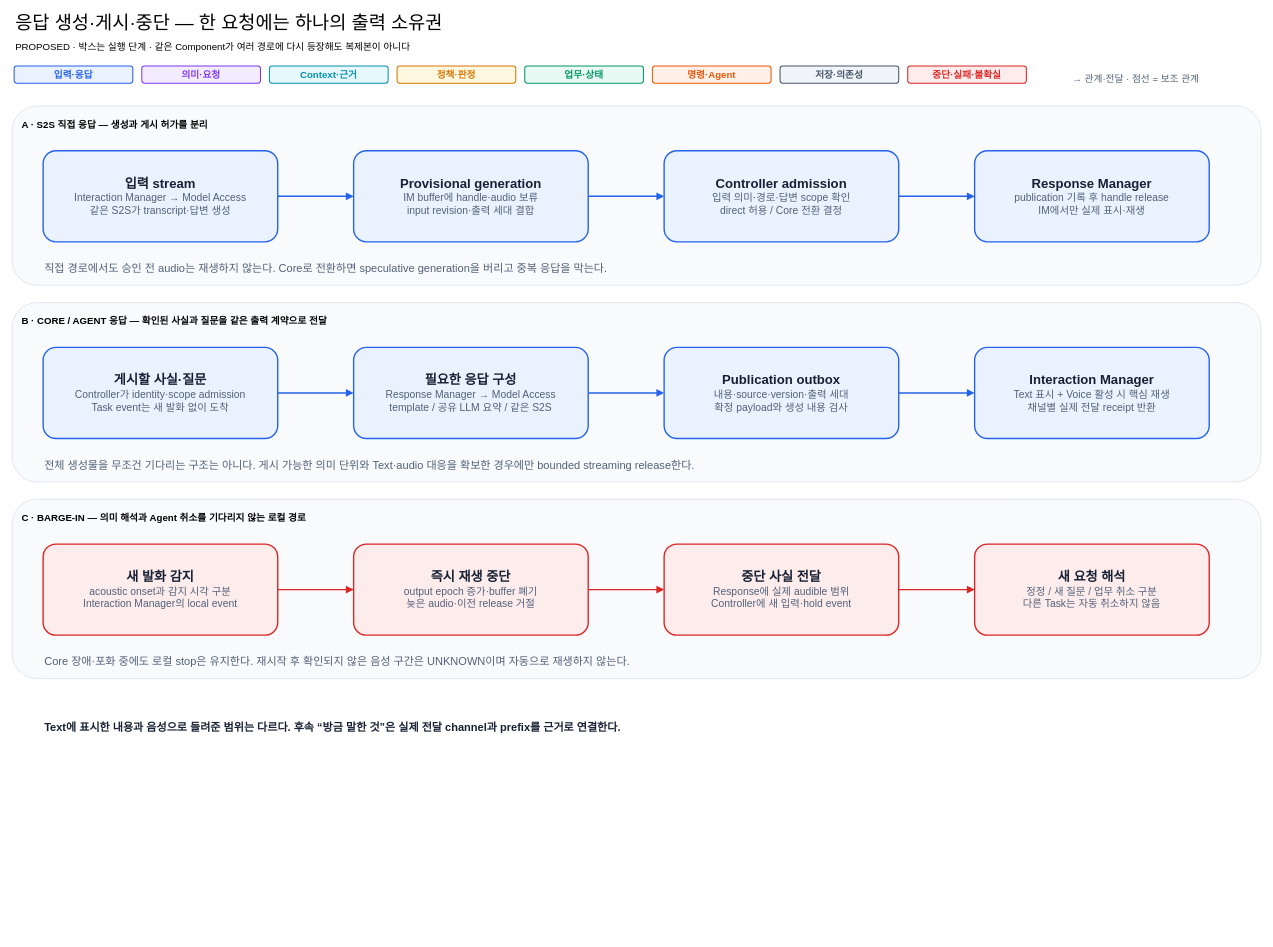
Earlier version of the draw.io diagram docs/architecture/12-decisions/target-architecture/diagrams/08-response-and-interruption.drawio (cbyche/via-sw-architecture). Source tidied: cells renumbered, new cells numbered last; positions are measured from the earlier drawing's top-left corner, leaving out a move shared by most shapes. Both pictures are drawn from the tidied source at 69%, with x=0, y=0 at pixel (12, 12).
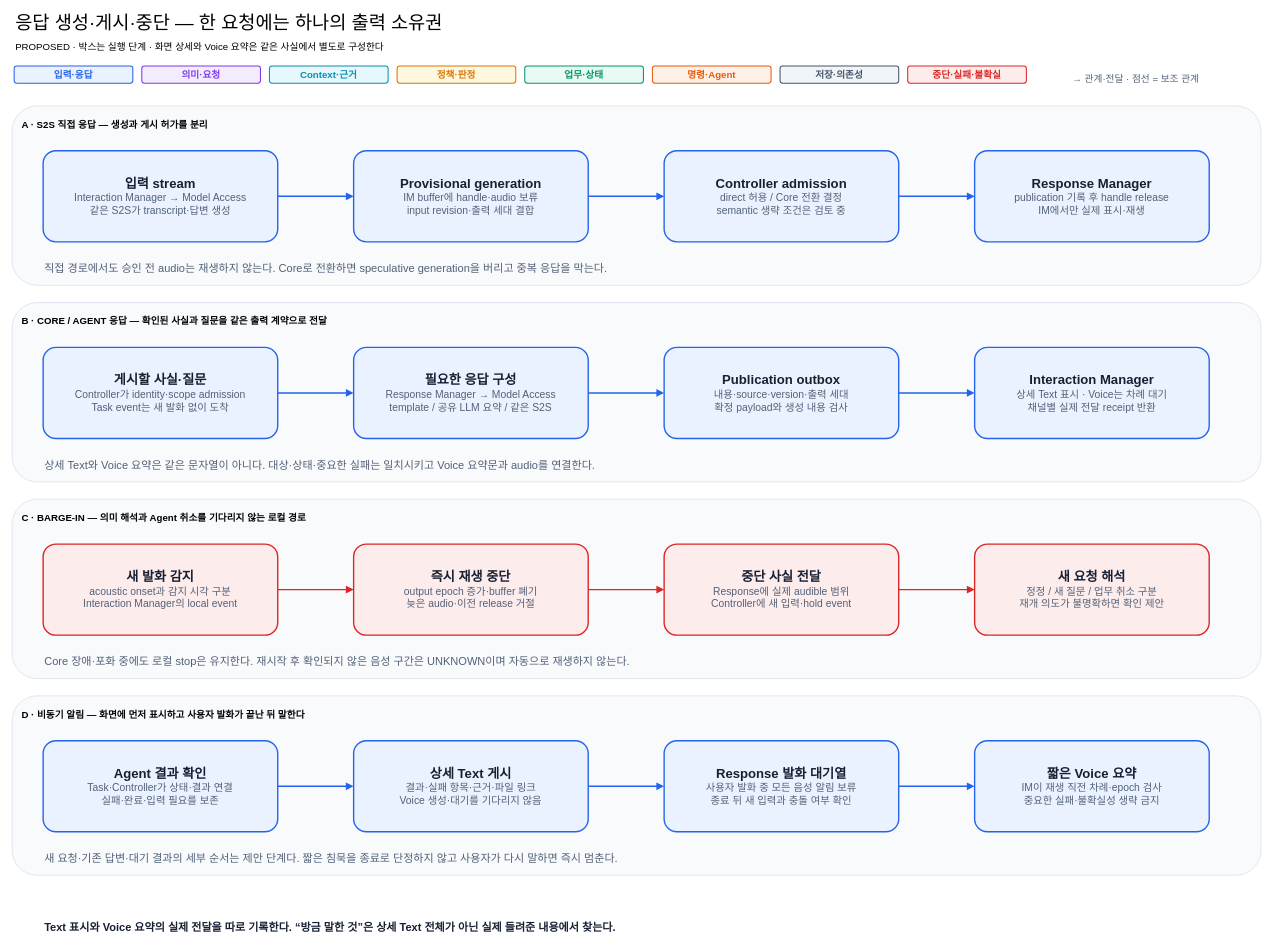
The same page after the edit.

Commit message (it also covers changes not shown here):
Refine voice turn taking and record S2S and memory design proposals

Diff of the diagram source:
```diff
@@
+    <mxCell id="41" value="D · 비동기 알림 — 화면에 먼저 표시하고 사용자 발화가 끝난 뒤 말한다" style="rounded=1;whiteSpace=wrap;html=1;verticalAlign=top;align=left;spacingTop=12;spacingLeft=12;fontStyle=1;fontSize=14;fillColor=#F8FAFC;strokeColor=#D5DDE9;dashed=0;arcSize=14;" parent="1" vertex="1">
+      <mxGeometry y="990" width="1810" height="260" as="geometry" />
+    </mxCell>
@@
-    <mxCell id="7" value="&lt;div style='font-size:19px;font-weight:bold'&gt;Controller admission&lt;/div&gt;&lt;div style='font-size:15px;color:#526178'&gt;입력 의미·경로·답변 scope 확인&lt;/div&gt;&lt;div style='font-size:15px;color:#526178'&gt;direct 허용 / Core 전환 결정&lt;/div&gt;" style="shape=rectangle;rounded=1;whiteSpace=wrap;html=1;fillColor=#EAF2FF;strokeColor=#2563EB;strokeWidth=2;fontColor=#172033;dashed=0;arcSize=14;spacing=10;" parent="1" vertex="1">
+    <mxCell id="7" value="&lt;div style='font-size:19px;font-weight:bold'&gt;Controller admission&lt;/div&gt;&lt;div style='font-size:15px;color:#526178'&gt;direct 허용 / Core 전환 결정&lt;/div&gt;&lt;div style='font-size:15px;color:#526178'&gt;semantic 생략 조건은 검토 중&lt;/div&gt;" style="shape=rectangle;rounded=1;whiteSpace=wrap;html=1;fillColor=#EAF2FF;strokeColor=#2563EB;strokeWidth=2;fontColor=#172033;dashed=0;arcSize=14;spacing=10;" parent="1" vertex="1">
       <mxGeometry x="945" y="200" width="340" height="132" as="geometry" />
     </mxCell>
@@
-    <mxCell id="12" value="&lt;div style='font-size:19px;font-weight:bold'&gt;Interaction Manager&lt;/div&gt;&lt;div style='font-size:15px;color:#526178'&gt;Text 표시 + Voice 활성 시 핵심 재생&lt;/div&gt;&lt;div style='font-size:15px;color:#526178'&gt;채널별 실제 전달 receipt 반환&lt;/div&gt;" style="shape=rectangle;rounded=1;whiteSpace=wrap;html=1;fillColor=#EAF2FF;strokeColor=#2563EB;strokeWidth=2;fontColor=#172033;dashed=0;arcSize=14;spacing=10;" parent="1" vertex="1">
+    <mxCell id="12" value="&lt;div style='font-size:19px;font-weight:bold'&gt;Interaction Manager&lt;/div&gt;&lt;div style='font-size:15px;color:#526178'&gt;상세 Text 표시 · Voice는 차례 대기&lt;/div&gt;&lt;div style='font-size:15px;color:#526178'&gt;채널별 실제 전달 receipt 반환&lt;/div&gt;" style="shape=rectangle;rounded=1;whiteSpace=wrap;html=1;fillColor=#EAF2FF;strokeColor=#2563EB;strokeWidth=2;fontColor=#172033;dashed=0;arcSize=14;spacing=10;" parent="1" vertex="1">
       <mxGeometry x="1395" y="485" width="340" height="132" as="geometry" />
     </mxCell>
@@
-    <mxCell id="16" value="&lt;div style='font-size:19px;font-weight:bold'&gt;새 요청 해석&lt;/div&gt;&lt;div style='font-size:15px;color:#526178'&gt;정정 / 새 질문 / 업무 취소 구분&lt;/div&gt;&lt;div style='font-size:15px;color:#526178'&gt;다른 Task는 자동 취소하지 않음&lt;/div&gt;" style="shape=rectangle;rounded=1;whiteSpace=wrap;html=1;fillColor=#FDECEC;strokeColor=#DC2626;strokeWidth=2;fontColor=#172033;dashed=0;arcSize=14;spacing=10;" parent="1" vertex="1">
+    <mxCell id="16" value="&lt;div style='font-size:19px;font-weight:bold'&gt;새 요청 해석&lt;/div&gt;&lt;div style='font-size:15px;color:#526178'&gt;정정 / 새 질문 / 업무 취소 구분&lt;/div&gt;&lt;div style='font-size:15px;color:#526178'&gt;재개 의도가 불명확하면 확인 제안&lt;/div&gt;" style="shape=rectangle;rounded=1;whiteSpace=wrap;html=1;fillColor=#FDECEC;strokeColor=#DC2626;strokeWidth=2;fontColor=#172033;dashed=0;arcSize=14;spacing=10;" parent="1" vertex="1">
       <mxGeometry x="1395" y="770" width="340" height="132" as="geometry" />
     </mxCell>
+    <mxCell id="42" value="&lt;div style='font-size:19px;font-weight:bold'&gt;Agent 결과 확인&lt;/div&gt;&lt;div style='font-size:15px;color:#526178'&gt;Task·Controller가 상태·결과 연결&lt;/div&gt;&lt;div style='font-size:15px;color:#526178'&gt;실패·완료·입력 필요를 보존&lt;/div&gt;" style="shape=rectangle;rounded=1;whiteSpace=wrap;html=1;fillColor=#EAF2FF;strokeColor=#2563EB;strokeWidth=2;fontColor=#172033;dashed=0;arcSize=14;spacing=10;" parent="1" vertex="1">
+      <mxGeometry x="45" y="1055" width="340" height="132" as="geometry" />
+    </mxCell>
+    <mxCell id="43" value="&lt;div style='font-size:19px;font-weight:bold'&gt;상세 Text 게시&lt;/div&gt;&lt;div style='font-size:15px;color:#526178'&gt;결과·실패 항목·근거·파일 링크&lt;/div&gt;&lt;div style='font-size:15px;color:#526178'&gt;Voice 생성·대기를 기다리지 않음&lt;/div&gt;" style="shape=rectangle;rounded=1;whiteSpace=wrap;html=1;fillColor=#EAF2FF;strokeColor=#2563EB;strokeWidth=2;fontColor=#172033;dashed=0;arcSize=14;spacing=10;" parent="1" vertex="1">
+      <mxGeometry x="495" y="1055" width="340" height="132" as="geometry" />
+    </mxCell>
+    <mxCell id="44" value="&lt;div style='font-size:19px;font-weight:bold'&gt;Response 발화 대기열&lt;/div&gt;&lt;div style='font-size:15px;color:#526178'&gt;사용자 발화 중 모든 음성 알림 보류&lt;/div&gt;&lt;div style='font-size:15px;color:#526178'&gt;종료 뒤 새 입력과 충돌 여부 확인&lt;/div&gt;" style="shape=rectangle;rounded=1;whiteSpace=wrap;html=1;fillColor=#EAF2FF;strokeColor=#2563EB;strokeWidth=2;fontColor=#172033;dashed=0;arcSize=14;spacing=10;" parent="1" vertex="1">
+      <mxGeometry x="945" y="1055" width="340" height="132" as="geometry" />
+    </mxCell>
+    <mxCell id="45" value="&lt;div style='font-size:19px;font-weight:bold'&gt;짧은 Voice 요약&lt;/div&gt;&lt;div style='font-size:15px;color:#526178'&gt;IM이 재생 직전 차례·epoch 검사&lt;/div&gt;&lt;div style='font-size:15px;color:#526178'&gt;중요한 실패·불확실성 생략 금지&lt;/div&gt;" style="shape=rectangle;rounded=1;whiteSpace=wrap;html=1;fillColor=#EAF2FF;strokeColor=#2563EB;strokeWidth=2;fontColor=#172033;dashed=0;arcSize=14;spacing=10;" parent="1" vertex="1">
+      <mxGeometry x="1395" y="1055" width="340" height="132" as="geometry" />
+    </mxCell>
@@
+    <mxCell id="46" style="edgeStyle=none;rounded=1;jettySize=auto;html=1;strokeColor=#2563EB;strokeWidth=2;dashed=0;startArrow=none;startFill=1;endArrow=block;endFill=1;exitX=1.000;exitY=0.500;entryX=0.000;entryY=0.500;exitPerimeter=0;entryPerimeter=0;fontSize=11;labelBackgroundColor=#FFFFFF;" parent="1" edge="1" source="42" target="43">
+      <mxGeometry relative="1" as="geometry" />
+    </mxCell>
+    <mxCell id="47" style="edgeStyle=none;rounded=1;jettySize=auto;html=1;strokeColor=#2563EB;strokeWidth=2;dashed=0;startArrow=none;startFill=1;endArrow=block;endFill=1;exitX=1.000;exitY=0.500;entryX=0.000;entryY=0.500;exitPerimeter=0;entryPerimeter=0;fontSize=11;labelBackgroundColor=#FFFFFF;" parent="1" edge="1" source="43" target="44">
+      <mxGeometry relative="1" as="geometry" />
+    </mxCell>
+    <mxCell id="48" style="edgeStyle=none;rounded=1;jettySize=auto;html=1;strokeColor=#2563EB;strokeWidth=2;dashed=0;startArrow=none;startFill=1;endArrow=block;endFill=1;exitX=1.000;exitY=0.500;entryX=0.000;entryY=0.500;exitPerimeter=0;entryPerimeter=0;fontSize=11;labelBackgroundColor=#FFFFFF;" parent="1" edge="1" source="44" target="45">
+      <mxGeometry relative="1" as="geometry" />
+    </mxCell>
@@
-    <mxCell id="28" value="전체 생성물을 무조건 기다리는 구조는 아니다. 게시 가능한 의미 단위와 Text·audio 대응을 확보한 경우에만 bounded streaming release한다." style="text;html=1;strokeColor=none;fillColor=none;align=left;fontSize=16;fontColor=#526178;fontStyle=0;" parent="1" vertex="1">
-      <mxGeometry x="45" y="639" width="1170" height="28" as="geometry" />
+    <mxCell id="28" value="상세 Text와 Voice 요약은 같은 문자열이 아니다. 대상·상태·중요한 실패는 일치시키고 Voice 요약문과 audio를 연결한다." style="text;html=1;strokeColor=none;fillColor=none;align=left;fontSize=16;fontColor=#526178;fontStyle=0;" parent="1" vertex="1">
+      <mxGeometry x="45" y="639" width="989" height="28" as="geometry" />
     </mxCell>
@@
-    <mxCell id="30" value="Text에 표시한 내용과 음성으로 들려준 범위는 다르다. 후속 “방금 말한 것”은 실제 전달 channel과 prefix를 근거로 연결한다." style="text;html=1;strokeColor=none;fillColor=none;align=left;fontSize=16;fontColor=#172033;fontStyle=1;" parent="1" vertex="1">
-      <mxGeometry x="45" y="1019" width="1043" height="28" as="geometry" />
+    <mxCell id="30" value="새 요청·기존 답변·대기 결과의 세부 순서는 제안 단계다. 짧은 침묵을 종료로 단정하지 않고 사용자가 다시 말하면 즉시 멈춘다." style="text;html=1;strokeColor=none;fillColor=none;align=left;fontSize=16;fontColor=#526178;fontStyle=0;" parent="1" vertex="1">
+      <mxGeometry x="45" y="1209" width="1016" height="28" as="geometry" />
     </mxCell>
+    <mxCell id="49" value="Text 표시와 Voice 요약의 실제 전달을 따로 기록한다. “방금 말한 것”은 상세 Text 전체가 아닌 실제 들려준 내용에서 찾는다." style="text;html=1;strokeColor=none;fillColor=none;align=left;fontSize=16;fontColor=#172033;fontStyle=1;" parent="1" vertex="1">
+      <mxGeometry x="45" y="1309" width="1039" height="28" as="geometry" />
+    </mxCell>
@@
-    <mxCell id="40" value="PROPOSED · 박스는 실행 단계 · 같은 Component가 여러 경로에 다시 등장해도 복제본이 아니다" style="text;html=1;align=left;verticalAlign=middle;strokeColor=none;fillColor=none;fontSize=14;" parent="1" vertex="1">
+    <mxCell id="40" value="PROPOSED · 박스는 실행 단계 · 화면 상세와 Voice 요약은 같은 사실에서 별도로 구성한다" style="text;html=1;align=left;verticalAlign=middle;strokeColor=none;fillColor=none;fontSize=14;" parent="1" vertex="1">
       <mxGeometry x="3" y="34" width="1804" height="30" as="geometry" />
     </mxCell>
```
